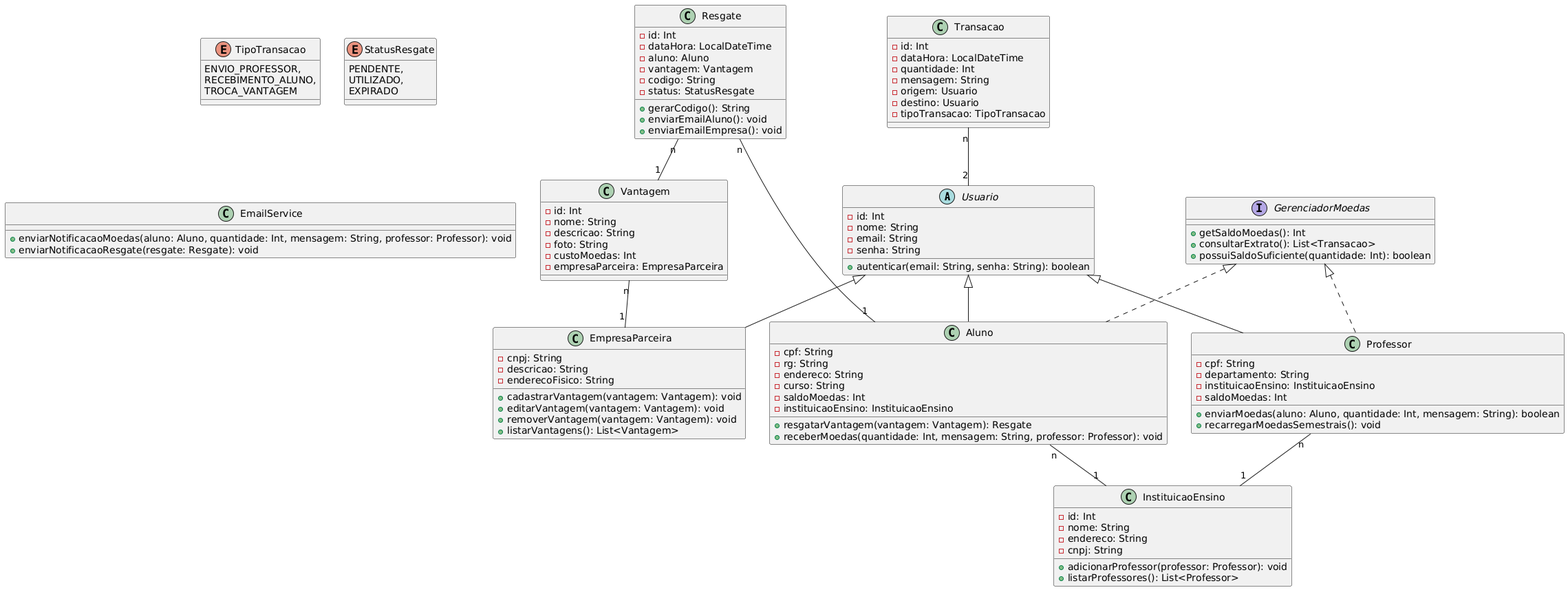
This is project/img/DiagramaDeClasses.png from Eduuhms/LDS-Sistema-de-Moeda-Estudantil, a PlantUML export, as it was before one commit.
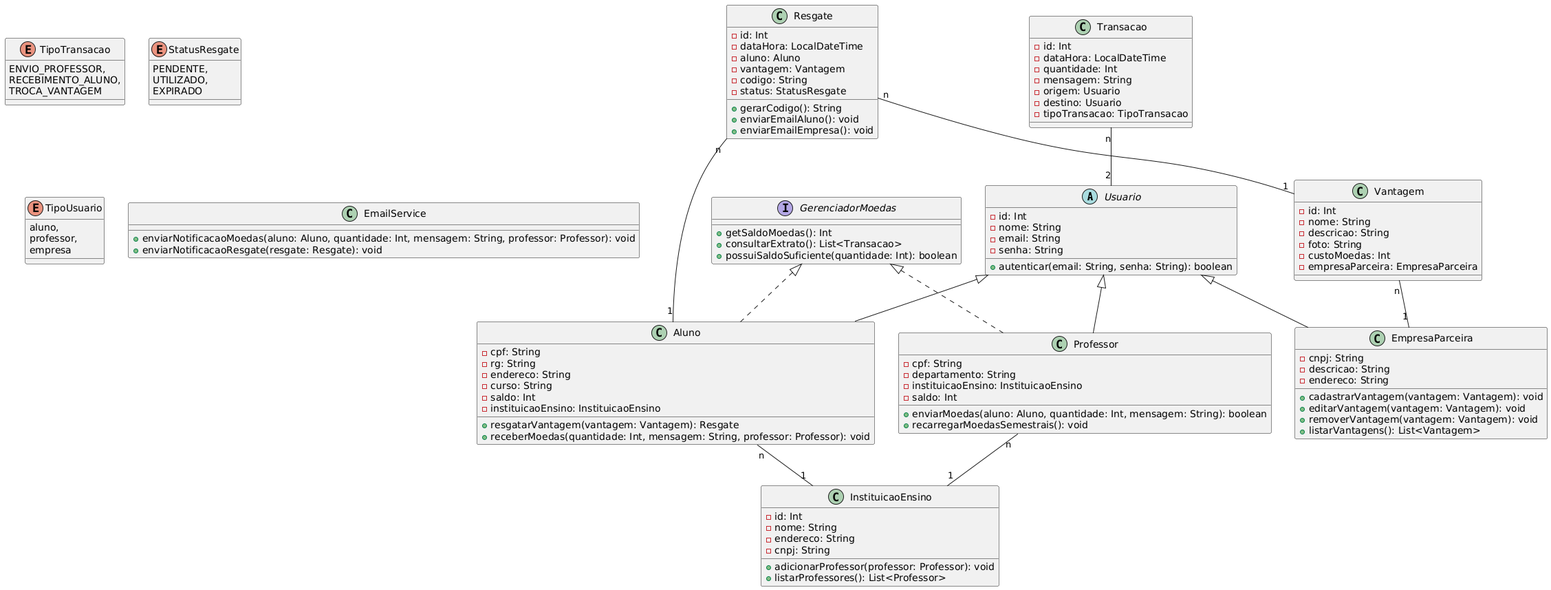
Above is the later version.

Commit message:
fix: diagrama de classes com enum do tipo usuario

The edit, as a diff of the source:
```diff
@@ -12,7 +12,7 @@
   - rg: String
   - endereco: String
   - curso: String
-  - saldoMoedas: Int
+  - saldo: Int
   - instituicaoEnsino: InstituicaoEnsino
   + resgatarVantagem(vantagem: Vantagem): Resgate
   + receberMoedas(quantidade: Int, mensagem: String, professor: Professor): void
@@ -22,7 +22,7 @@
   - cpf: String
   - departamento: String
   - instituicaoEnsino: InstituicaoEnsino
-  - saldoMoedas: Int
+  - saldo: Int
   + enviarMoedas(aluno: Aluno, quantidade: Int, mensagem: String): boolean
   + recarregarMoedasSemestrais(): void
 }
@@ -30,7 +30,7 @@
 class EmpresaParceira extends Usuario {
   - cnpj: String
   - descricao: String
-  - enderecoFisico: String
+  - endereco: String
   + cadastrarVantagem(vantagem: Vantagem): void
   + editarVantagem(vantagem: Vantagem): void
   + removerVantagem(vantagem: Vantagem): void
@@ -89,6 +89,12 @@
   EXPIRADO
 }
 
+enum TipoUsuario {
+    aluno,
+    professor,
+    empresa
+}
+
 class EmailService {
   + enviarNotificacaoMoedas(aluno: Aluno, quantidade: Int, mensagem: String, professor: Professor): void
   + enviarNotificacaoResgate(resgate: Resgate): void
```
